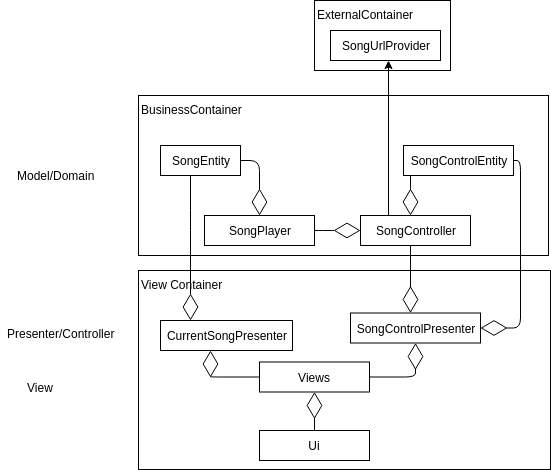
UCSolarCarTeam/Epsilon-Onboard-Media-Control keeps this draw.io diagram as pictures/ClassDiagram.png. Above is the earlier version. Source tidied: cells renumbered, new cells last; positions are measured from the earlier drawing's top-left corner, leaving out a move shared by most shapes. Its diagram source:
```xml
<mxGraphModel>
  <root>
    <mxCell id="0" />
    <mxCell id="1" parent="0" />
    <mxCell id="2" value="ExternalContainer" style="rounded=0;whiteSpace=wrap;html=1;align=left;verticalAlign=top;" parent="1" vertex="1">
      <mxGeometry x="314" width="136" height="70" as="geometry" />
    </mxCell>
    <mxCell id="3" value="View Container" style="rounded=0;whiteSpace=wrap;html=1;align=left;verticalAlign=top;" parent="1" vertex="1">
      <mxGeometry x="138" y="270" width="412" height="199" as="geometry" />
    </mxCell>
    <mxCell id="4" value="BusinessContainer" style="rounded=0;whiteSpace=wrap;html=1;align=left;verticalAlign=top;" parent="1" vertex="1">
      <mxGeometry x="138" y="95" width="410" height="160" as="geometry" />
    </mxCell>
    <mxCell id="5" value="SongEntity" style="rounded=0;whiteSpace=wrap;html=1;" parent="1" vertex="1">
      <mxGeometry x="160" y="145" width="80" height="30" as="geometry" />
    </mxCell>
    <mxCell id="6" value="SongControlEntity" style="rounded=0;whiteSpace=wrap;html=1;" parent="1" vertex="1">
      <mxGeometry x="403" y="145" width="110" height="30" as="geometry" />
    </mxCell>
    <mxCell id="7" style="edgeStyle=elbowEdgeStyle;rounded=0;jettySize=auto;html=1;exitX=0.25;exitY=0;exitDx=0;exitDy=0;" parent="1" edge="1" source="8" target="24">
      <mxGeometry relative="1" as="geometry" />
    </mxCell>
    <mxCell id="8" value="SongController" style="rounded=0;whiteSpace=wrap;html=1;" parent="1" vertex="1">
      <mxGeometry x="360" y="215" width="110" height="30" as="geometry" />
    </mxCell>
    <mxCell id="9" value="SongPlayer" style="rounded=0;whiteSpace=wrap;html=1;" parent="1" vertex="1">
      <mxGeometry x="204" y="215" width="110" height="30" as="geometry" />
    </mxCell>
    <mxCell id="10" value="CurrentSongPresenter" style="rounded=0;whiteSpace=wrap;html=1;" parent="1" vertex="1">
      <mxGeometry x="160" y="320" width="132" height="30" as="geometry" />
    </mxCell>
    <mxCell id="11" value="SongControlPresenter" style="rounded=0;whiteSpace=wrap;html=1;" parent="1" vertex="1">
      <mxGeometry x="350" y="312.5" width="130" height="30" as="geometry" />
    </mxCell>
    <mxCell id="12" value="Views" style="rounded=0;whiteSpace=wrap;html=1;" parent="1" vertex="1">
      <mxGeometry x="259" y="361.5" width="110" height="30" as="geometry" />
    </mxCell>
    <mxCell id="13" value="Ui" style="rounded=0;whiteSpace=wrap;html=1;" parent="1" vertex="1">
      <mxGeometry x="259" y="430" width="110" height="30" as="geometry" />
    </mxCell>
    <mxCell id="14" style="endArrow=diamondThin;endFill=0;endSize=24;html=1;edgeStyle=elbowEdgeStyle;" parent="1" edge="1" source="12" target="10">
      <mxGeometry relative="1" as="geometry">
        <Array as="points">
          <mxPoint x="210" y="360" />
          <mxPoint x="180" y="350" />
        </Array>
      </mxGeometry>
    </mxCell>
    <mxCell id="15" style="endArrow=diamondThin;endFill=0;endSize=24;html=1;edgeStyle=elbowEdgeStyle;" parent="1" edge="1" source="12" target="11">
      <mxGeometry relative="1" as="geometry">
        <Array as="points">
          <mxPoint x="415" y="330" />
          <mxPoint x="440" y="360" />
          <mxPoint x="190" y="360" />
        </Array>
      </mxGeometry>
    </mxCell>
    <mxCell id="16" style="endArrow=diamondThin;endFill=0;endSize=24;html=1;edgeStyle=elbowEdgeStyle;" parent="1" edge="1" source="9" target="8">
      <mxGeometry relative="1" as="geometry">
        <Array as="points">
          <mxPoint x="330" y="230" />
          <mxPoint x="200" y="370" />
        </Array>
      </mxGeometry>
    </mxCell>
    <mxCell id="17" style="endArrow=diamondThin;endFill=0;endSize=24;html=1;edgeStyle=elbowEdgeStyle;" parent="1" edge="1" source="8" target="11">
      <mxGeometry relative="1" as="geometry">
        <Array as="points">
          <mxPoint x="410" y="260" />
          <mxPoint x="210" y="380" />
        </Array>
      </mxGeometry>
    </mxCell>
    <mxCell id="18" style="endArrow=diamondThin;endFill=0;endSize=24;html=1;edgeStyle=elbowEdgeStyle;" parent="1" edge="1" source="6" target="8">
      <mxGeometry relative="1" as="geometry">
        <Array as="points">
          <mxPoint x="410" y="190" />
          <mxPoint x="220" y="390" />
        </Array>
      </mxGeometry>
    </mxCell>
    <mxCell id="19" style="endArrow=diamondThin;endFill=0;endSize=24;html=1;edgeStyle=elbowEdgeStyle;" parent="1" edge="1" source="6" target="11">
      <mxGeometry relative="1" as="geometry">
        <Array as="points">
          <mxPoint x="520" y="240" />
          <mxPoint x="230" y="400" />
        </Array>
      </mxGeometry>
    </mxCell>
    <mxCell id="20" style="endArrow=diamondThin;endFill=0;endSize=24;html=1;edgeStyle=elbowEdgeStyle;" parent="1" edge="1" source="5" target="10">
      <mxGeometry relative="1" as="geometry">
        <Array as="points">
          <mxPoint x="190" y="220" />
          <mxPoint x="170" y="260" />
          <mxPoint x="240" y="410" />
        </Array>
      </mxGeometry>
    </mxCell>
    <mxCell id="21" style="endArrow=diamondThin;endFill=0;endSize=24;html=1;edgeStyle=elbowEdgeStyle;" parent="1" edge="1" source="5" target="9">
      <mxGeometry relative="1" as="geometry">
        <Array as="points">
          <mxPoint x="259" y="210" />
          <mxPoint x="250" y="420" />
        </Array>
      </mxGeometry>
    </mxCell>
    <mxCell id="22" style="edgeStyle=elbowEdgeStyle;rounded=0;orthogonalLoop=1;jettySize=auto;html=1;exitX=0.5;exitY=1;exitDx=0;exitDy=0;" parent="1" edge="1" source="13" target="13">
      <mxGeometry relative="1" as="geometry" />
    </mxCell>
    <mxCell id="23" style="endArrow=diamondThin;endFill=0;endSize=24;html=1;edgeStyle=elbowEdgeStyle;" parent="1" edge="1" source="13" target="12">
      <mxGeometry relative="1" as="geometry">
        <Array as="points">
          <mxPoint x="290" y="440" />
          <mxPoint x="260" y="430" />
        </Array>
      </mxGeometry>
    </mxCell>
    <mxCell id="24" value="SongUrlProvider" style="rounded=0;whiteSpace=wrap;html=1;" parent="1" vertex="1">
      <mxGeometry x="330" y="30" width="110" height="30" as="geometry" />
    </mxCell>
    <mxCell id="25" value="View" style="text;html=1;align=center;verticalAlign=middle;" parent="1" vertex="1">
      <mxGeometry x="20" y="376.5" width="40" height="20" as="geometry" />
    </mxCell>
    <mxCell id="26" value="Presenter/Controller" style="text;html=1;align=center;verticalAlign=middle;" parent="1" vertex="1">
      <mxGeometry y="322.5" width="120" height="20" as="geometry" />
    </mxCell>
    <mxCell id="27" value="Model/Domain" style="text;html=1;align=center;verticalAlign=middle;" parent="1" vertex="1">
      <mxGeometry x="10" y="165" width="90" height="20" as="geometry" />
    </mxCell>
  </root>
</mxGraphModel>
```
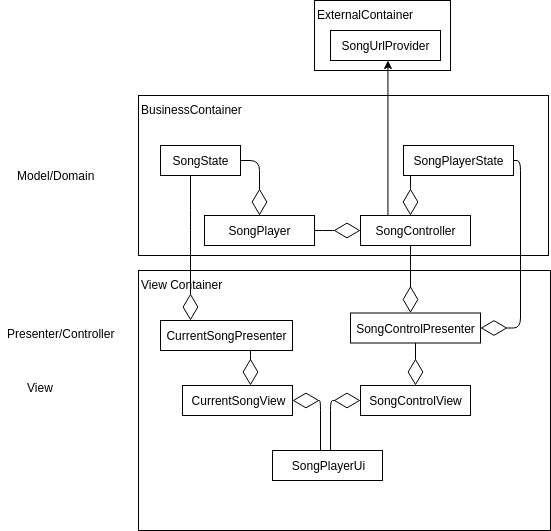
After the change.

Diff of the diagram source:
```diff
@@ -6,15 +6,15 @@
       <mxGeometry x="314" width="136" height="70" as="geometry" />
     </mxCell>
     <mxCell id="3" value="View Container" style="rounded=0;whiteSpace=wrap;html=1;align=left;verticalAlign=top;" parent="1" vertex="1">
-      <mxGeometry x="138" y="270" width="412" height="199" as="geometry" />
+      <mxGeometry x="138" y="270" width="412" height="260" as="geometry" />
     </mxCell>
     <mxCell id="4" value="BusinessContainer" style="rounded=0;whiteSpace=wrap;html=1;align=left;verticalAlign=top;" parent="1" vertex="1">
       <mxGeometry x="138" y="95" width="410" height="160" as="geometry" />
     </mxCell>
-    <mxCell id="5" value="SongEntity" style="rounded=0;whiteSpace=wrap;html=1;" parent="1" vertex="1">
+    <mxCell id="5" value="SongState" style="rounded=0;whiteSpace=wrap;html=1;" parent="1" vertex="1">
       <mxGeometry x="160" y="145" width="80" height="30" as="geometry" />
     </mxCell>
-    <mxCell id="6" value="SongControlEntity" style="rounded=0;whiteSpace=wrap;html=1;" parent="1" vertex="1">
+    <mxCell id="6" value="SongPlayerState" style="rounded=0;whiteSpace=wrap;html=1;" parent="1" vertex="1">
       <mxGeometry x="403" y="145" width="110" height="30" as="geometry" />
     </mxCell>
     <mxCell id="7" style="edgeStyle=elbowEdgeStyle;rounded=0;jettySize=auto;html=1;exitX=0.25;exitY=0;exitDx=0;exitDy=0;" parent="1" edge="1" source="8" target="24">
@@ -32,21 +32,13 @@
     <mxCell id="11" value="SongControlPresenter" style="rounded=0;whiteSpace=wrap;html=1;" parent="1" vertex="1">
       <mxGeometry x="350" y="312.5" width="130" height="30" as="geometry" />
     </mxCell>
-    <mxCell id="12" value="Views" style="rounded=0;whiteSpace=wrap;html=1;" parent="1" vertex="1">
-      <mxGeometry x="259" y="361.5" width="110" height="30" as="geometry" />
+    <mxCell id="12" value="CurrentSongView" style="rounded=0;whiteSpace=wrap;html=1;" parent="1" vertex="1">
+      <mxGeometry x="182" y="385" width="110" height="30" as="geometry" />
     </mxCell>
-    <mxCell id="13" value="Ui" style="rounded=0;whiteSpace=wrap;html=1;" parent="1" vertex="1">
-      <mxGeometry x="259" y="430" width="110" height="30" as="geometry" />
+    <mxCell id="13" value="SongPlayerUi" style="rounded=0;whiteSpace=wrap;html=1;" parent="1" vertex="1">
+      <mxGeometry x="272" y="450" width="110" height="30" as="geometry" />
     </mxCell>
-    <mxCell id="14" style="endArrow=diamondThin;endFill=0;endSize=24;html=1;edgeStyle=elbowEdgeStyle;" parent="1" edge="1" source="12" target="10">
-      <mxGeometry relative="1" as="geometry">
-        <Array as="points">
-          <mxPoint x="210" y="360" />
-          <mxPoint x="180" y="350" />
-        </Array>
-      </mxGeometry>
-    </mxCell>
-    <mxCell id="15" style="endArrow=diamondThin;endFill=0;endSize=24;html=1;edgeStyle=elbowEdgeStyle;" parent="1" edge="1" source="12" target="11">
+    <mxCell id="15" style="endArrow=diamondThin;endFill=0;endSize=24;html=1;edgeStyle=elbowEdgeStyle;" parent="1" edge="1" source="11" target="28">
       <mxGeometry relative="1" as="geometry">
         <Array as="points">
           <mxPoint x="415" y="330" />
@@ -104,13 +96,13 @@
         </Array>
       </mxGeometry>
     </mxCell>
-    <mxCell id="22" style="edgeStyle=elbowEdgeStyle;rounded=0;orthogonalLoop=1;jettySize=auto;html=1;exitX=0.5;exitY=1;exitDx=0;exitDy=0;" parent="1" edge="1" source="13" target="13">
-      <mxGeometry relative="1" as="geometry" />
-    </mxCell>
     <mxCell id="23" style="endArrow=diamondThin;endFill=0;endSize=24;html=1;edgeStyle=elbowEdgeStyle;" parent="1" edge="1" source="13" target="12">
       <mxGeometry relative="1" as="geometry">
         <Array as="points">
-          <mxPoint x="290" y="440" />
+          <mxPoint x="320" y="420" />
+          <mxPoint x="310" y="400" />
+          <mxPoint x="320" y="430" />
+          <mxPoint x="330" y="490" />
           <mxPoint x="260" y="430" />
         </Array>
       </mxGeometry>
@@ -127,5 +119,28 @@
     <mxCell id="27" value="Model/Domain" style="text;html=1;align=center;verticalAlign=middle;" parent="1" vertex="1">
       <mxGeometry x="10" y="165" width="90" height="20" as="geometry" />
     </mxCell>
+    <mxCell id="28" value="SongControlView" style="rounded=0;whiteSpace=wrap;html=1;" parent="1" vertex="1">
+      <mxGeometry x="360" y="385" width="110" height="30" as="geometry" />
+    </mxCell>
+    <mxCell id="29" style="endArrow=diamondThin;endFill=0;endSize=24;html=1;edgeStyle=elbowEdgeStyle;" parent="1" edge="1" source="13" target="28">
+      <mxGeometry relative="1" as="geometry">
+        <Array as="points">
+          <mxPoint x="330" y="430" />
+          <mxPoint x="350" y="400" />
+          <mxPoint x="390" y="450" />
+          <mxPoint x="270" y="440" />
+        </Array>
+      </mxGeometry>
+    </mxCell>
+    <mxCell id="30" style="endArrow=diamondThin;endFill=0;endSize=24;html=1;edgeStyle=elbowEdgeStyle;" parent="1" edge="1" source="10" target="12">
+      <mxGeometry relative="1" as="geometry">
+        <Array as="points">
+          <mxPoint x="250" y="360" />
+          <mxPoint x="250" y="350" />
+          <mxPoint x="275" y="386" />
+          <mxPoint x="25" y="386" />
+        </Array>
+      </mxGeometry>
+    </mxCell>
   </root>
 </mxGraphModel>
```
